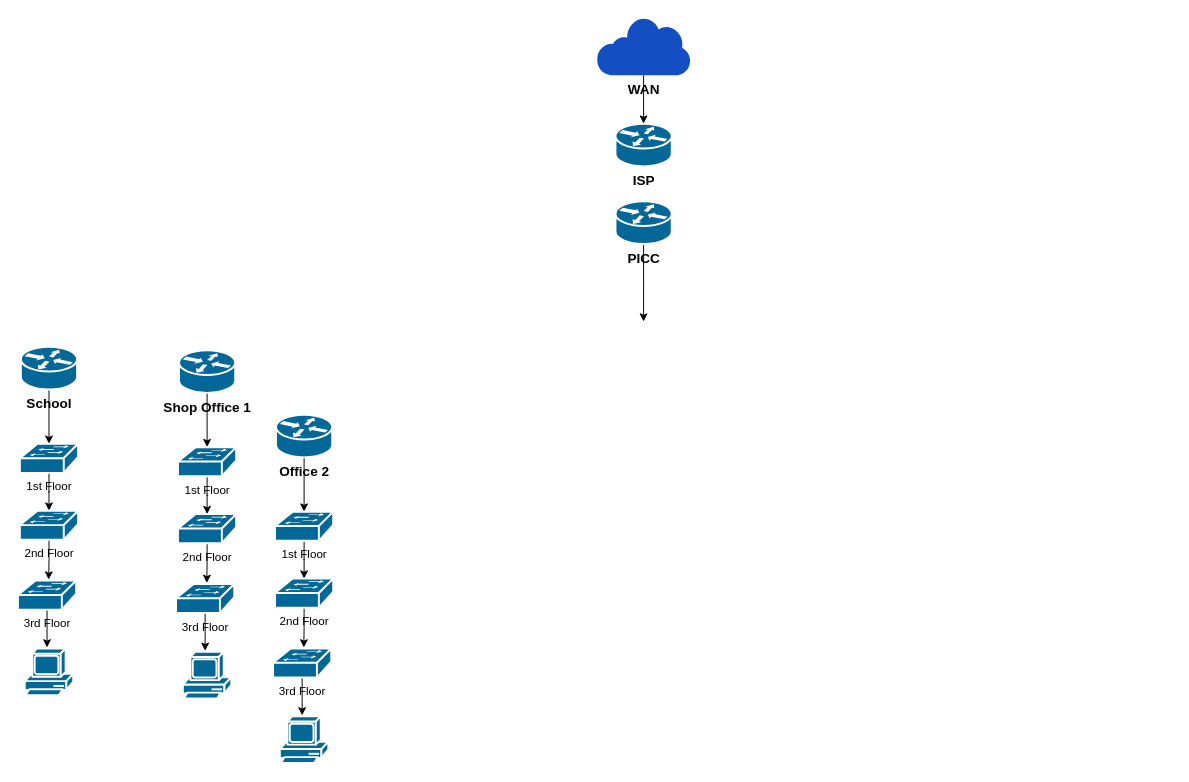
abby18abby/week-2-class-diagram keeps this draw.io diagram as page "Page-11" (11 of 11) of Exercise1ClassDiagram.drawio. Above is the earlier version. Source tidied: cells renumbered, new cells numbered last; positions are measured from the earlier drawing's top-left corner, leaving out a move shared by most shapes. Both pictures are drawn from the tidied source at 97%, with x=0, y=0 at pixel (17, 16).
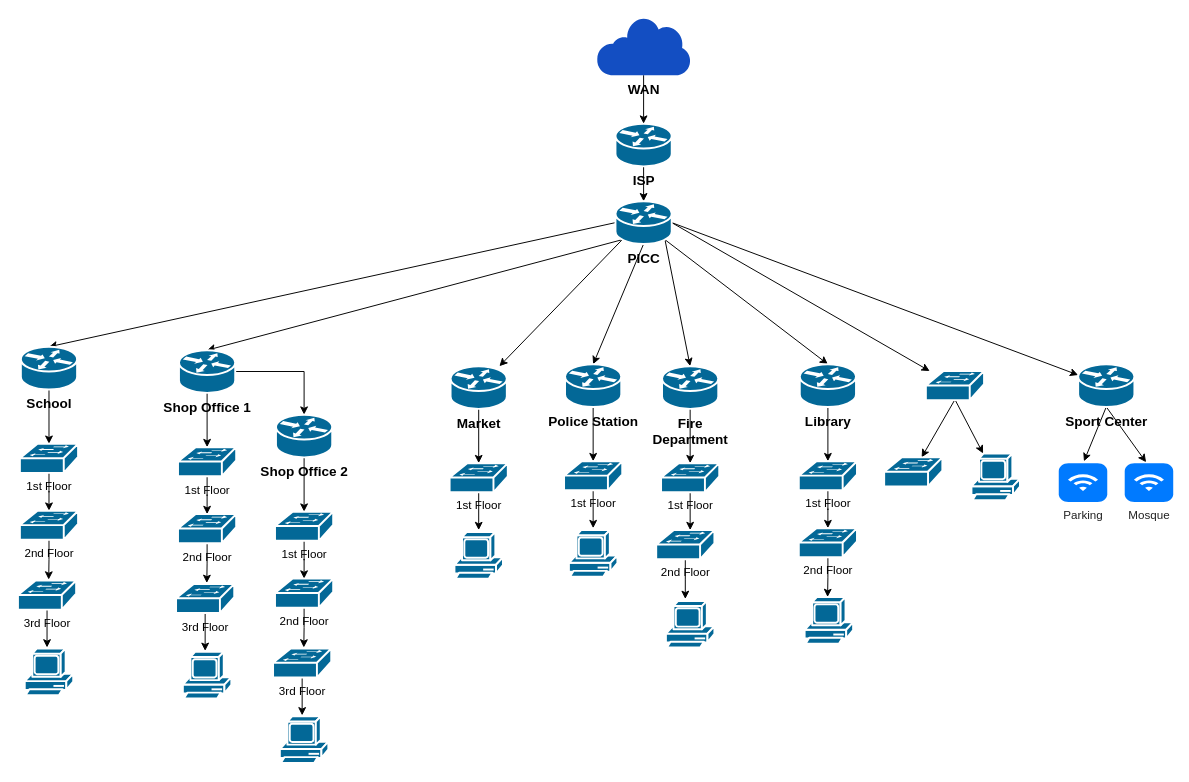
The same diagram, later.

The change refers to these unchanged cells:
```xml
<mxCell id="2" value="&lt;font style=&quot;font-size: 14px;&quot;&gt;&lt;b&gt;ISP&lt;/b&gt;&lt;/font&gt;" style="shape=mxgraph.cisco.routers.router;sketch=0;html=1;dashed=0;fillColor=#036897;strokeColor=#ffffff;strokeWidth=2;verticalLabelPosition=bottom;verticalAlign=top;align=center;outlineConnect=0;" parent="1" vertex="1">
  <mxGeometry x="616" y="110" width="58" height="44" as="geometry" />
</mxCell>
<mxCell id="6" value="&lt;span style=&quot;font-size: 14px;&quot;&gt;&lt;b&gt;PICC&lt;/b&gt;&lt;/span&gt;" style="shape=mxgraph.cisco.routers.router;sketch=0;html=1;dashed=0;fillColor=#036897;strokeColor=#ffffff;strokeWidth=2;verticalLabelPosition=bottom;verticalAlign=top;align=center;outlineConnect=0;" parent="1" vertex="1">
  <mxGeometry x="616" y="190" width="58" height="44" as="geometry" />
</mxCell>
<mxCell id="8" value="&lt;span style=&quot;font-size: 14px;&quot;&gt;&lt;b&gt;School&lt;/b&gt;&lt;/span&gt;" style="shape=mxgraph.cisco.routers.router;sketch=0;html=1;dashed=0;fillColor=#036897;strokeColor=#ffffff;strokeWidth=2;verticalLabelPosition=bottom;verticalAlign=top;align=center;outlineConnect=0;" parent="1" vertex="1">
  <mxGeometry x="3" y="340" width="58" height="44" as="geometry" />
</mxCell>
<mxCell id="17" value="&lt;span style=&quot;font-size: 14px;&quot;&gt;&lt;b&gt;Shop Office 1&lt;/b&gt;&lt;/span&gt;" style="shape=mxgraph.cisco.routers.router;sketch=0;html=1;dashed=0;fillColor=#036897;strokeColor=#ffffff;strokeWidth=2;verticalLabelPosition=bottom;verticalAlign=top;align=center;outlineConnect=0;" parent="1" vertex="1">
  <mxGeometry x="166" y="343.5" width="58" height="44" as="geometry" />
</mxCell>
```

What changed in the source:
```diff
@@
+    <mxCell id="34" style="edgeStyle=orthogonalEdgeStyle;rounded=0;jettySize=auto;html=1;exitX=0.5;exitY=1;exitDx=0;exitDy=0;exitPerimeter=0;entryX=0.5;entryY=0;entryDx=0;entryDy=0;entryPerimeter=0;" parent="1" edge="1" source="2" target="6">
+      <mxGeometry relative="1" as="geometry" />
+    </mxCell>
@@
-    <mxCell id="5" style="edgeStyle=orthogonalEdgeStyle;rounded=0;jettySize=auto;html=1;" parent="1" edge="1" source="6">
-      <mxGeometry relative="1" as="geometry">
-        <mxPoint x="645" y="314" as="targetPoint" />
-      </mxGeometry>
-    </mxCell>
+    <mxCell id="35" style="rounded=0;jettySize=auto;html=1;exitX=0;exitY=0.5;exitDx=0;exitDy=0;exitPerimeter=0;entryX=0.5;entryY=0;entryDx=0;entryDy=0;entryPerimeter=0;" parent="1" edge="1" source="6" target="8">
+      <mxGeometry relative="1" as="geometry" />
+    </mxCell>
+    <mxCell id="36" style="rounded=0;jettySize=auto;html=1;exitX=0.12;exitY=0.9;exitDx=0;exitDy=0;exitPerimeter=0;entryX=0.5;entryY=0;entryDx=0;entryDy=0;entryPerimeter=0;" parent="1" edge="1" source="6" target="17">
+      <mxGeometry relative="1" as="geometry" />
+    </mxCell>
+    <mxCell id="37" style="rounded=0;jettySize=auto;html=1;exitX=0.12;exitY=0.9;exitDx=0;exitDy=0;exitPerimeter=0;" parent="1" edge="1" source="6" target="45">
+      <mxGeometry relative="1" as="geometry" />
+    </mxCell>
+    <mxCell id="38" style="rounded=0;jettySize=auto;html=1;entryX=0.5;entryY=0;entryDx=0;entryDy=0;entryPerimeter=0;exitX=0.5;exitY=1;exitDx=0;exitDy=0;exitPerimeter=0;" parent="1" edge="1" source="6" target="50">
+      <mxGeometry relative="1" as="geometry" />
+    </mxCell>
+    <mxCell id="39" style="rounded=0;jettySize=auto;html=1;exitX=0.88;exitY=0.9;exitDx=0;exitDy=0;exitPerimeter=0;entryX=0.5;entryY=0;entryDx=0;entryDy=0;entryPerimeter=0;" parent="1" edge="1" source="6" target="55">
+      <mxGeometry relative="1" as="geometry" />
+    </mxCell>
+    <mxCell id="40" style="rounded=0;jettySize=auto;html=1;exitX=0.88;exitY=0.9;exitDx=0;exitDy=0;exitPerimeter=0;entryX=0.5;entryY=0;entryDx=0;entryDy=0;entryPerimeter=0;" parent="1" edge="1" source="6" target="60">
+      <mxGeometry relative="1" as="geometry" />
+    </mxCell>
+    <mxCell id="41" style="rounded=0;jettySize=auto;html=1;exitX=1;exitY=0.5;exitDx=0;exitDy=0;exitPerimeter=0;" parent="1" edge="1" source="6" target="68">
+      <mxGeometry relative="1" as="geometry" />
+    </mxCell>
+    <mxCell id="42" style="rounded=0;jettySize=auto;html=1;exitX=1;exitY=0.5;exitDx=0;exitDy=0;exitPerimeter=0;" parent="1" edge="1" source="6" target="73">
+      <mxGeometry relative="1" as="geometry" />
+    </mxCell>
@@
+    <mxCell id="43" style="edgeStyle=orthogonalEdgeStyle;rounded=0;jettySize=auto;html=1;exitX=1;exitY=0.5;exitDx=0;exitDy=0;exitPerimeter=0;" parent="1" edge="1" source="17" target="26">
+      <mxGeometry relative="1" as="geometry" />
+    </mxCell>
@@
-    <mxCell id="26" value="&lt;span style=&quot;font-size: 14px;&quot;&gt;&lt;b&gt;Office 2&lt;/b&gt;&lt;/span&gt;" style="shape=mxgraph.cisco.routers.router;sketch=0;html=1;dashed=0;fillColor=#036897;strokeColor=#ffffff;strokeWidth=2;verticalLabelPosition=bottom;verticalAlign=top;align=center;outlineConnect=0;" parent="1" vertex="1">
+    <mxCell id="26" value="&lt;span style=&quot;font-size: 14px;&quot;&gt;&lt;b&gt;Shop Office 2&lt;/b&gt;&lt;/span&gt;" style="shape=mxgraph.cisco.routers.router;sketch=0;html=1;dashed=0;fillColor=#036897;strokeColor=#ffffff;strokeWidth=2;verticalLabelPosition=bottom;verticalAlign=top;align=center;outlineConnect=0;" parent="1" vertex="1">
       <mxGeometry x="266" y="410" width="58" height="44" as="geometry" />
     </mxCell>
@@
+    <mxCell id="44" style="edgeStyle=orthogonalEdgeStyle;rounded=0;jettySize=auto;html=1;exitX=0.5;exitY=1;exitDx=0;exitDy=0;exitPerimeter=0;entryX=0.5;entryY=0;entryDx=0;entryDy=0;entryPerimeter=0;" parent="1" edge="1" source="45" target="47">
+      <mxGeometry relative="1" as="geometry" />
+    </mxCell>
+    <mxCell id="45" value="&lt;span style=&quot;font-size: 14px;&quot;&gt;&lt;b&gt;Market&lt;/b&gt;&lt;/span&gt;" style="shape=mxgraph.cisco.routers.router;sketch=0;html=1;dashed=0;fillColor=#036897;strokeColor=#ffffff;strokeWidth=2;verticalLabelPosition=bottom;verticalAlign=top;align=center;outlineConnect=0;" parent="1" vertex="1">
+      <mxGeometry x="446" y="360" width="58" height="44" as="geometry" />
+    </mxCell>
+    <mxCell id="46" style="edgeStyle=orthogonalEdgeStyle;rounded=0;jettySize=auto;html=1;exitX=0.5;exitY=0.98;exitDx=0;exitDy=0;exitPerimeter=0;" parent="1" edge="1" source="47">
+      <mxGeometry relative="1" as="geometry">
+        <mxPoint x="475" y="529" as="targetPoint" />
+      </mxGeometry>
+    </mxCell>
+    <mxCell id="47" value="&lt;font style=&quot;font-size: 12px;&quot;&gt;1st Floor&lt;/font&gt;" style="shape=mxgraph.cisco.switches.workgroup_switch;sketch=0;html=1;dashed=0;fillColor=#036897;strokeColor=#ffffff;strokeWidth=2;verticalLabelPosition=bottom;verticalAlign=top;align=center;outlineConnect=0;" parent="1" vertex="1">
+      <mxGeometry x="445" y="460" width="60" height="30" as="geometry" />
+    </mxCell>
+    <mxCell id="48" style="shape=mxgraph.cisco.computers_and_peripherals.pc;sketch=0;html=1;dashed=0;fillColor=#036897;strokeColor=#ffffff;strokeWidth=2;verticalLabelPosition=bottom;verticalAlign=top;align=center;" parent="1" vertex="1">
+      <mxGeometry x="450" y="531" width="50" height="50" as="geometry" />
+    </mxCell>
+    <mxCell id="49" style="edgeStyle=orthogonalEdgeStyle;rounded=0;jettySize=auto;html=1;exitX=0.5;exitY=1;exitDx=0;exitDy=0;exitPerimeter=0;entryX=0.5;entryY=0;entryDx=0;entryDy=0;entryPerimeter=0;" parent="1" edge="1" source="50" target="52">
+      <mxGeometry relative="1" as="geometry" />
+    </mxCell>
+    <mxCell id="50" value="&lt;span style=&quot;font-size: 14px;&quot;&gt;&lt;b&gt;Police Station&lt;/b&gt;&lt;/span&gt;" style="shape=mxgraph.cisco.routers.router;sketch=0;html=1;dashed=0;fillColor=#036897;strokeColor=#ffffff;strokeWidth=2;verticalLabelPosition=bottom;verticalAlign=top;align=center;outlineConnect=0;" parent="1" vertex="1">
+      <mxGeometry x="564" y="358" width="58" height="44" as="geometry" />
+    </mxCell>
+    <mxCell id="51" style="edgeStyle=orthogonalEdgeStyle;rounded=0;jettySize=auto;html=1;exitX=0.5;exitY=0.98;exitDx=0;exitDy=0;exitPerimeter=0;" parent="1" edge="1" source="52">
+      <mxGeometry relative="1" as="geometry">
+        <mxPoint x="593" y="527" as="targetPoint" />
+      </mxGeometry>
+    </mxCell>
+    <mxCell id="52" value="&lt;font style=&quot;font-size: 12px;&quot;&gt;1st Floor&lt;/font&gt;" style="shape=mxgraph.cisco.switches.workgroup_switch;sketch=0;html=1;dashed=0;fillColor=#036897;strokeColor=#ffffff;strokeWidth=2;verticalLabelPosition=bottom;verticalAlign=top;align=center;outlineConnect=0;" parent="1" vertex="1">
+      <mxGeometry x="563" y="458" width="60" height="30" as="geometry" />
+    </mxCell>
+    <mxCell id="53" style="shape=mxgraph.cisco.computers_and_peripherals.pc;sketch=0;html=1;dashed=0;fillColor=#036897;strokeColor=#ffffff;strokeWidth=2;verticalLabelPosition=bottom;verticalAlign=top;align=center;" parent="1" vertex="1">
+      <mxGeometry x="568" y="529" width="50" height="50" as="geometry" />
+    </mxCell>
+    <mxCell id="54" style="edgeStyle=orthogonalEdgeStyle;rounded=0;jettySize=auto;html=1;exitX=0.5;exitY=1;exitDx=0;exitDy=0;exitPerimeter=0;entryX=0.5;entryY=0;entryDx=0;entryDy=0;entryPerimeter=0;" parent="1" edge="1" source="55" target="57">
+      <mxGeometry relative="1" as="geometry" />
+    </mxCell>
+    <mxCell id="55" value="&lt;span style=&quot;font-size: 14px;&quot;&gt;&lt;b&gt;Fire&lt;br&gt;Department&lt;br&gt;&lt;/b&gt;&lt;/span&gt;" style="shape=mxgraph.cisco.routers.router;sketch=0;html=1;dashed=0;fillColor=#036897;strokeColor=#ffffff;strokeWidth=2;verticalLabelPosition=bottom;verticalAlign=top;align=center;outlineConnect=0;" parent="1" vertex="1">
+      <mxGeometry x="664" y="360" width="58" height="44" as="geometry" />
+    </mxCell>
+    <mxCell id="56" style="edgeStyle=orthogonalEdgeStyle;rounded=0;jettySize=auto;html=1;exitX=0.5;exitY=0.98;exitDx=0;exitDy=0;exitPerimeter=0;" parent="1" edge="1" source="57">
+      <mxGeometry relative="1" as="geometry">
+        <mxPoint x="693" y="529" as="targetPoint" />
+      </mxGeometry>
+    </mxCell>
+    <mxCell id="57" value="&lt;font style=&quot;font-size: 12px;&quot;&gt;1st Floor&lt;/font&gt;" style="shape=mxgraph.cisco.switches.workgroup_switch;sketch=0;html=1;dashed=0;fillColor=#036897;strokeColor=#ffffff;strokeWidth=2;verticalLabelPosition=bottom;verticalAlign=top;align=center;outlineConnect=0;" parent="1" vertex="1">
+      <mxGeometry x="663" y="460" width="60" height="30" as="geometry" />
+    </mxCell>
+    <mxCell id="58" style="shape=mxgraph.cisco.computers_and_peripherals.pc;sketch=0;html=1;dashed=0;fillColor=#036897;strokeColor=#ffffff;strokeWidth=2;verticalLabelPosition=bottom;verticalAlign=top;align=center;" parent="1" vertex="1">
+      <mxGeometry x="668" y="602" width="50" height="50" as="geometry" />
+    </mxCell>
+    <mxCell id="59" style="edgeStyle=orthogonalEdgeStyle;rounded=0;jettySize=auto;html=1;exitX=0.5;exitY=1;exitDx=0;exitDy=0;exitPerimeter=0;entryX=0.5;entryY=0;entryDx=0;entryDy=0;entryPerimeter=0;" parent="1" edge="1" source="60" target="62">
+      <mxGeometry relative="1" as="geometry" />
+    </mxCell>
+    <mxCell id="60" value="&lt;span style=&quot;font-size: 14px;&quot;&gt;&lt;b&gt;Library&lt;/b&gt;&lt;/span&gt;" style="shape=mxgraph.cisco.routers.router;sketch=0;html=1;dashed=0;fillColor=#036897;strokeColor=#ffffff;strokeWidth=2;verticalLabelPosition=bottom;verticalAlign=top;align=center;outlineConnect=0;" parent="1" vertex="1">
+      <mxGeometry x="806" y="358" width="58" height="44" as="geometry" />
+    </mxCell>
+    <mxCell id="61" style="edgeStyle=orthogonalEdgeStyle;rounded=0;jettySize=auto;html=1;exitX=0.5;exitY=0.98;exitDx=0;exitDy=0;exitPerimeter=0;" parent="1" edge="1" source="62" target="65">
+      <mxGeometry relative="1" as="geometry" />
+    </mxCell>
+    <mxCell id="62" value="&lt;font style=&quot;font-size: 12px;&quot;&gt;1st Floor&lt;/font&gt;" style="shape=mxgraph.cisco.switches.workgroup_switch;sketch=0;html=1;dashed=0;fillColor=#036897;strokeColor=#ffffff;strokeWidth=2;verticalLabelPosition=bottom;verticalAlign=top;align=center;outlineConnect=0;" parent="1" vertex="1">
+      <mxGeometry x="805" y="458" width="60" height="30" as="geometry" />
+    </mxCell>
+    <mxCell id="63" style="shape=mxgraph.cisco.computers_and_peripherals.pc;sketch=0;html=1;dashed=0;fillColor=#036897;strokeColor=#ffffff;strokeWidth=2;verticalLabelPosition=bottom;verticalAlign=top;align=center;" parent="1" vertex="1">
+      <mxGeometry x="811" y="598" width="50" height="50" as="geometry" />
+    </mxCell>
+    <mxCell id="64" style="edgeStyle=orthogonalEdgeStyle;rounded=0;jettySize=auto;html=1;exitX=0.5;exitY=0.98;exitDx=0;exitDy=0;exitPerimeter=0;" parent="1" edge="1" source="65">
+      <mxGeometry relative="1" as="geometry">
+        <mxPoint x="834.7" y="598" as="targetPoint" />
+      </mxGeometry>
+    </mxCell>
+    <mxCell id="65" value="2nd Floor" style="shape=mxgraph.cisco.switches.workgroup_switch;sketch=0;html=1;dashed=0;fillColor=#036897;strokeColor=#ffffff;strokeWidth=2;verticalLabelPosition=bottom;verticalAlign=top;align=center;outlineConnect=0;" parent="1" vertex="1">
+      <mxGeometry x="805" y="527" width="60" height="30" as="geometry" />
+    </mxCell>
+    <mxCell id="66" style="rounded=0;jettySize=auto;html=1;exitX=0.5;exitY=0.98;exitDx=0;exitDy=0;exitPerimeter=0;" parent="1" edge="1" source="68" target="69">
+      <mxGeometry relative="1" as="geometry" />
+    </mxCell>
+    <mxCell id="67" style="rounded=0;jettySize=auto;html=1;exitX=0.5;exitY=0.98;exitDx=0;exitDy=0;exitPerimeter=0;" parent="1" edge="1" source="68" target="70">
+      <mxGeometry relative="1" as="geometry" />
+    </mxCell>
+    <mxCell id="68" style="shape=mxgraph.cisco.switches.workgroup_switch;sketch=0;html=1;dashed=0;fillColor=#036897;strokeColor=#ffffff;strokeWidth=2;verticalLabelPosition=bottom;verticalAlign=top;align=center;outlineConnect=0;" parent="1" vertex="1">
+      <mxGeometry x="936" y="365" width="60" height="30" as="geometry" />
+    </mxCell>
+    <mxCell id="69" style="shape=mxgraph.cisco.switches.workgroup_switch;sketch=0;html=1;dashed=0;fillColor=#036897;strokeColor=#ffffff;strokeWidth=2;verticalLabelPosition=bottom;verticalAlign=top;align=center;outlineConnect=0;" parent="1" vertex="1">
+      <mxGeometry x="893" y="454" width="60" height="30" as="geometry" />
+    </mxCell>
+    <mxCell id="70" style="shape=mxgraph.cisco.computers_and_peripherals.pc;sketch=0;html=1;dashed=0;fillColor=#036897;strokeColor=#ffffff;strokeWidth=2;verticalLabelPosition=bottom;verticalAlign=top;align=center;outlineConnect=0;" parent="1" vertex="1">
+      <mxGeometry x="983" y="450" width="50" height="50" as="geometry" />
+    </mxCell>
+    <mxCell id="71" style="rounded=0;jettySize=auto;html=1;exitX=0.5;exitY=1;exitDx=0;exitDy=0;exitPerimeter=0;entryX=0.52;entryY=-0.05;entryDx=0;entryDy=0;entryPerimeter=0;" parent="1" edge="1" source="73" target="74">
+      <mxGeometry relative="1" as="geometry" />
+    </mxCell>
+    <mxCell id="72" style="rounded=0;jettySize=auto;html=1;exitX=0.5;exitY=1;exitDx=0;exitDy=0;exitPerimeter=0;entryX=0.44;entryY=-0.025;entryDx=0;entryDy=0;entryPerimeter=0;" parent="1" edge="1" source="73" target="75">
+      <mxGeometry relative="1" as="geometry" />
+    </mxCell>
+    <mxCell id="73" value="&lt;span style=&quot;font-size: 14px;&quot;&gt;&lt;b&gt;Sport Center&lt;/b&gt;&lt;/span&gt;" style="shape=mxgraph.cisco.routers.router;sketch=0;html=1;dashed=0;fillColor=#036897;strokeColor=#ffffff;strokeWidth=2;verticalLabelPosition=bottom;verticalAlign=top;align=center;outlineConnect=0;" parent="1" vertex="1">
+      <mxGeometry x="1093" y="358" width="58" height="44" as="geometry" />
+    </mxCell>
+    <mxCell id="74" value="&lt;span style=&quot;font-size: 12px;&quot;&gt;Parking&lt;/span&gt;" style="html=1;strokeWidth=1;shadow=0;dashed=0;shape=mxgraph.ios7.misc.wifi;fillColor=#007AFF;strokeColor=none;buttonText=;strokeColor2=#222222;fontColor=#222222;fontSize=8;verticalLabelPosition=bottom;verticalAlign=top;align=center;sketch=0;" parent="1" vertex="1">
+      <mxGeometry x="1073" y="460" width="50" height="40" as="geometry" />
+    </mxCell>
+    <mxCell id="75" value="&lt;font style=&quot;font-size: 12px;&quot;&gt;Mosque&lt;/font&gt;" style="html=1;strokeWidth=1;shadow=0;dashed=0;shape=mxgraph.ios7.misc.wifi;fillColor=#007AFF;strokeColor=none;buttonText=;strokeColor2=#222222;fontColor=#222222;fontSize=8;verticalLabelPosition=bottom;verticalAlign=top;align=center;sketch=0;" parent="1" vertex="1">
+      <mxGeometry x="1141" y="460" width="50" height="40" as="geometry" />
+    </mxCell>
+    <mxCell id="76" style="edgeStyle=orthogonalEdgeStyle;rounded=0;jettySize=auto;html=1;exitX=0.5;exitY=0.98;exitDx=0;exitDy=0;exitPerimeter=0;" parent="1" edge="1" source="77">
+      <mxGeometry relative="1" as="geometry">
+        <mxPoint x="688" y="600" as="targetPoint" />
+      </mxGeometry>
+    </mxCell>
+    <mxCell id="77" value="2nd Floor" style="shape=mxgraph.cisco.switches.workgroup_switch;sketch=0;html=1;dashed=0;fillColor=#036897;strokeColor=#ffffff;strokeWidth=2;verticalLabelPosition=bottom;verticalAlign=top;align=center;outlineConnect=0;" parent="1" vertex="1">
+      <mxGeometry x="658" y="529" width="60" height="30" as="geometry" />
+    </mxCell>
```
